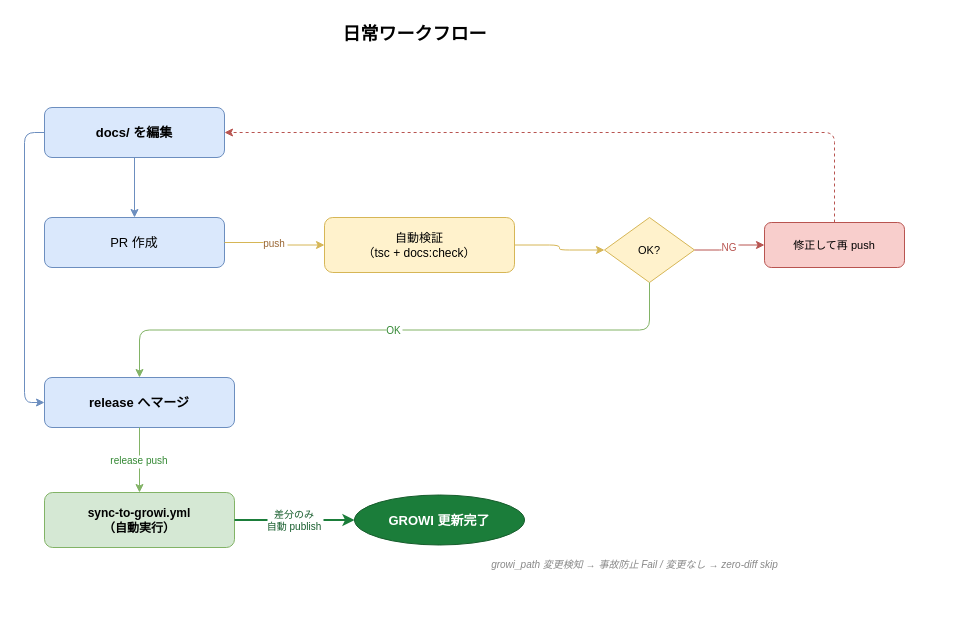
Before: TechMeeting202604/docs-workflow.drawio in Mori-Taiki/Presentation, a draw.io diagram. Source tidied: cells renumbered, new cells numbered last; positions are measured from the earlier drawing's top-left corner, leaving out a move shared by most shapes. Both pictures are drawn from the tidied source at 100%, with x=0, y=0 at pixel (44, 17). Pictures stored in the file or linked from it are replaced by grey dashed boxes.
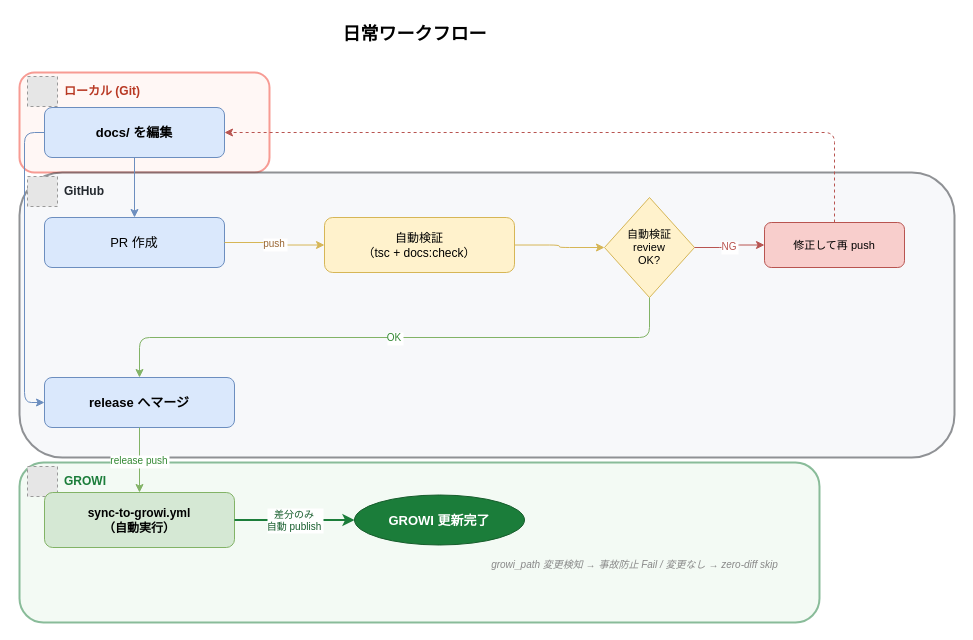
Above is the later version.

What changed in the source:
```diff
@@
+    <mxCell id="21" style="rounded=1;whiteSpace=wrap;fillColor=#FFF0EB;strokeColor=#F03C2E;strokeWidth=2;opacity=50;" parent="1" vertex="1">
+      <mxGeometry x="-25" y="55" width="250" height="100" as="geometry" />
+    </mxCell>
+    <mxCell id="22" style="fillColor=#E6E6E6;strokeColor=#999999;dashed=1;" parent="1" vertex="1">
+      <mxGeometry x="-17" y="59" width="30" height="30" as="geometry" />
+    </mxCell>
+    <mxCell id="23" value="ローカル (Git)" style="text;html=1;fontSize=12;fontStyle=1;fontColor=#B83823;align=left;verticalAlign=middle;" parent="1" vertex="1">
+      <mxGeometry x="18" y="59" width="185" height="30" as="geometry" />
+    </mxCell>
+    <mxCell id="24" style="rounded=1;whiteSpace=wrap;fillColor=#F0F2F5;strokeColor=#24292F;strokeWidth=2;opacity=50;" parent="1" vertex="1">
+      <mxGeometry x="-25" y="155" width="935" height="285" as="geometry" />
+    </mxCell>
+    <mxCell id="25" style="fillColor=#E6E6E6;strokeColor=#999999;dashed=1;" parent="1" vertex="1">
+      <mxGeometry x="-17" y="159" width="30" height="30" as="geometry" />
+    </mxCell>
+    <mxCell id="26" value="GitHub" style="text;html=1;fontSize=12;fontStyle=1;fontColor=#24292F;align=left;verticalAlign=middle;" parent="1" vertex="1">
+      <mxGeometry x="18" y="159" width="185" height="30" as="geometry" />
+    </mxCell>
+    <mxCell id="27" style="rounded=1;whiteSpace=wrap;fillColor=#E8F5E9;strokeColor=#1B7D3A;strokeWidth=2;opacity=50;" parent="1" vertex="1">
+      <mxGeometry x="-25" y="445" width="800" height="160" as="geometry" />
+    </mxCell>
+    <mxCell id="28" style="fillColor=#E6E6E6;strokeColor=#999999;dashed=1;" parent="1" vertex="1">
+      <mxGeometry x="-17" y="449" width="30" height="30" as="geometry" />
+    </mxCell>
+    <mxCell id="29" value="GROWI" style="text;html=1;fontSize=12;fontStyle=1;fontColor=#1B7D3A;align=left;verticalAlign=middle;" parent="1" vertex="1">
+      <mxGeometry x="18" y="449" width="185" height="30" as="geometry" />
+    </mxCell>
@@
-    <mxCell id="6" value="OK?" style="rhombus;whiteSpace=wrap;fontSize=11;fillColor=#FFF2CC;strokeColor=#D6B656;" parent="1" vertex="1">
-      <mxGeometry x="560" y="200" width="90" height="65" as="geometry" />
+    <mxCell id="6" value="自動検証&#10;review&#10;OK?" style="rhombus;whiteSpace=wrap;fontSize=11;fillColor=#FFF2CC;strokeColor=#D6B656;" parent="1" vertex="1">
+      <mxGeometry x="560" y="180" width="90" height="100" as="geometry" />
     </mxCell>
```
